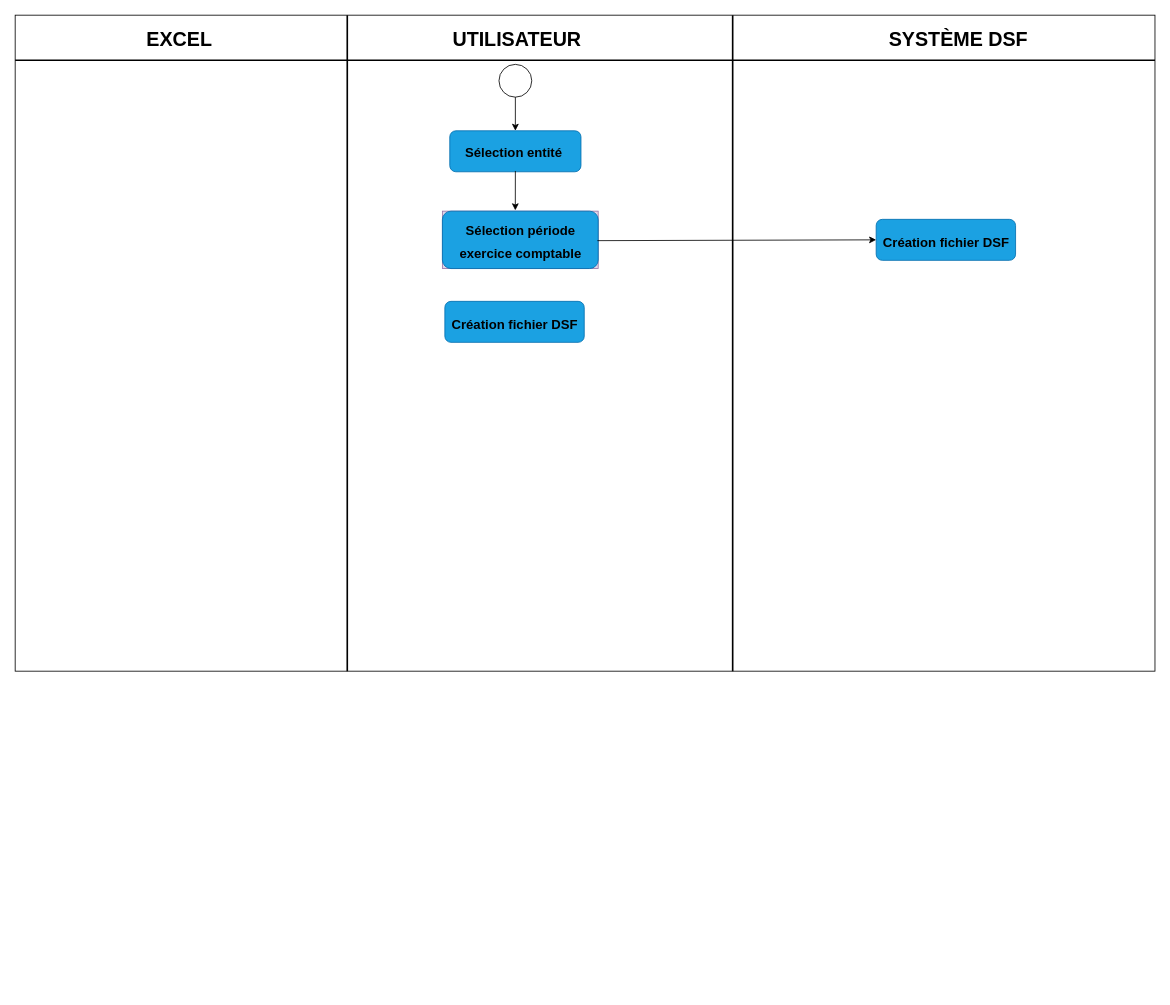
The draw.io diagram Diagramme activite creation DSF.drawio in Michelle-Ngami/Conception_DSF, before the edit. Source tidied: cells renumbered, new cells numbered last; positions are measured from the earlier drawing's top-left corner, leaving out a move shared by most shapes. Both pictures are drawn from the tidied source at 82%, with x=0, y=0 at pixel (15, 15).
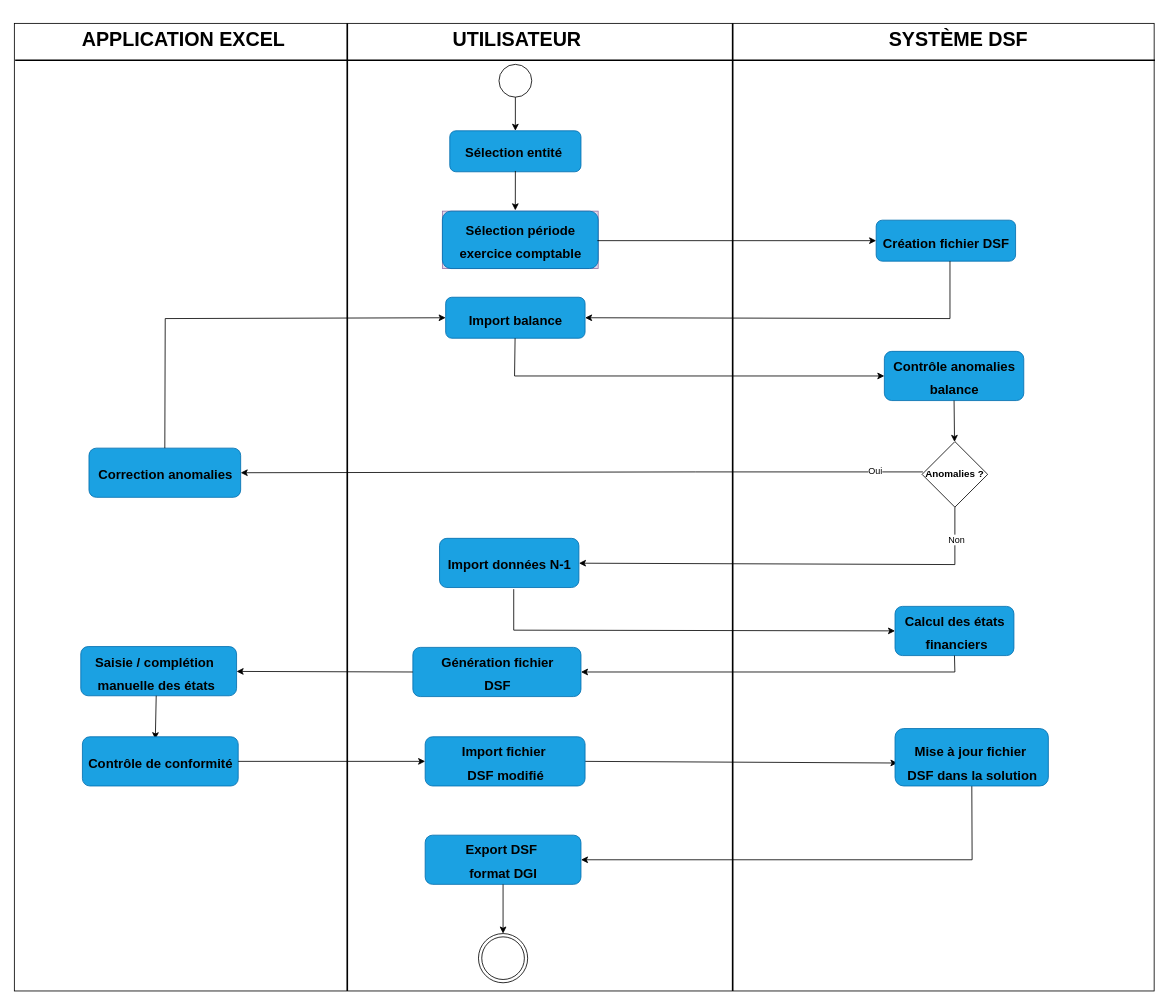
Above is the later version.

Commit message (it also covers changes not shown here):
Mettre à jour Diagramme activite creation DSF.drawio

Unchanged cells that the change refers to:
```xml
<mxCell id="23" style="rounded=1;whiteSpace=wrap;html=1;fillColor=#1ba1e2;fontColor=#ffffff;strokeColor=#006EAF;" parent="22" vertex="1">
  <mxGeometry y="-1" width="170" height="50" as="geometry" />
</mxCell>
```

Diff of the diagram source:
```diff
@@
     <mxCell id="2" style="rounded=0;whiteSpace=wrap;html=1;" parent="1" vertex="1">
-      <mxGeometry width="1390" height="800" as="geometry" />
+      <mxGeometry x="-1" y="10" width="1390" height="1180" as="geometry" />
     </mxCell>
@@
     <mxCell id="4" style="line;strokeWidth=2;direction=south;html=1;" parent="1" vertex="1">
-      <mxGeometry x="400" width="10" height="800" as="geometry" />
+      <mxGeometry x="400" y="10" width="10" height="1180" as="geometry" />
     </mxCell>
     <mxCell id="5" style="line;strokeWidth=2;direction=south;html=1;" parent="1" vertex="1">
-      <mxGeometry x="870" width="10" height="800" as="geometry" />
+      <mxGeometry x="870" y="10" width="10" height="1180" as="geometry" />
     </mxCell>
-    <mxCell id="6" value="EXCEL" style="text;strokeColor=none;fillColor=none;html=1;fontSize=24;fontStyle=1;verticalAlign=middle;align=center;" parent="1" vertex="1">
-      <mxGeometry x="150" y="10" width="100" height="40" as="geometry" />
+    <mxCell id="6" value="APPLICATION EXCEL" style="text;strokeColor=none;fillColor=none;html=1;fontSize=24;fontStyle=1;verticalAlign=middle;align=center;" parent="1" vertex="1">
+      <mxGeometry x="60" y="10" width="290" height="40" as="geometry" />
     </mxCell>
@@
     <mxCell id="18" style="group;" parent="1" vertex="1">
-      <mxGeometry x="1050" y="250" width="170" height="50" as="geometry" />
+      <mxGeometry x="1050" y="251" width="170" height="50" as="geometry" />
     </mxCell>
@@
     <mxCell id="22" style="group;" parent="1" vertex="1">
-      <mxGeometry x="524" y="350" width="170" height="50" as="geometry" />
+      <mxGeometry x="525" y="345" width="170" height="50" as="geometry" />
     </mxCell>
@@
-    <mxCell id="24" value="&lt;font style=&quot;font-size: 16px;&quot;&gt;Création&amp;nbsp;&lt;/font&gt;&lt;span style=&quot;font-size: 16px; background-color: transparent; color: light-dark(rgb(0, 0, 0), rgb(255, 255, 255));&quot;&gt;fichier DSF&lt;/span&gt;" style="text;strokeColor=none;fillColor=none;html=1;fontSize=24;fontStyle=1;verticalAlign=middle;align=center;" parent="22" vertex="1">
+    <mxCell id="24" value="&lt;span style=&quot;font-size: 16px;&quot;&gt;Import balance&lt;/span&gt;" style="text;strokeColor=none;fillColor=none;html=1;fontSize=24;fontStyle=1;verticalAlign=middle;align=center;" parent="22" vertex="1">
       <mxGeometry x="31.9" y="5" width="106.2" height="40" as="geometry" />
     </mxCell>
+    <mxCell id="25" style="endArrow=classic;html=1;rounded=0;entryX=1;entryY=0.5;entryDx=0;entryDy=0;" parent="1" edge="1" target="23">
+      <mxGeometry relative="1" as="geometry">
+        <mxPoint x="1140" y="300" as="sourcePoint" />
+        <Array as="points">
+          <mxPoint x="1140" y="370" />
+        </Array>
+      </mxGeometry>
+    </mxCell>
+    <mxCell id="26" style="edgeStyle=none;rounded=0;jettySize=auto;html=1;" parent="1" edge="1" source="23" target="28">
+      <mxGeometry relative="1" as="geometry">
+        <Array as="points">
+          <mxPoint x="609" y="440" />
+        </Array>
+      </mxGeometry>
+    </mxCell>
+    <mxCell id="27" style="group;" parent="1" vertex="1">
+      <mxGeometry x="1060" y="410" width="170" height="60" as="geometry" />
+    </mxCell>
+    <mxCell id="28" style="whiteSpace=wrap;html=1;fillColor=#1ba1e2;strokeColor=#006EAF;fontColor=#ffffff;rounded=1;" parent="27" vertex="1">
+      <mxGeometry width="170" height="60" as="geometry" />
+    </mxCell>
+    <mxCell id="29" value="&lt;span style=&quot;font-size: 16px;&quot;&gt;Contrôle anomalies&lt;/span&gt;&lt;div&gt;&lt;span style=&quot;font-size: 16px;&quot;&gt;balance&lt;/span&gt;&lt;/div&gt;" style="text;strokeColor=none;fillColor=none;html=1;fontSize=24;fontStyle=1;verticalAlign=middle;align=center;" parent="27" vertex="1">
+      <mxGeometry x="8.4" y="10" width="153.1" height="40" as="geometry" />
+    </mxCell>
+    <mxCell id="30" style="edgeStyle=none;rounded=0;jettySize=auto;html=1;entryX=1;entryY=0.5;entryDx=0;entryDy=0;" parent="1" edge="1" target="37">
+      <mxGeometry relative="1" as="geometry">
+        <mxPoint x="1107" y="557" as="sourcePoint" />
+        <Array as="points">
+          <mxPoint x="830" y="557" />
+        </Array>
+      </mxGeometry>
+    </mxCell>
+    <mxCell id="31" value="Oui" style="edgeLabel;html=1;align=center;verticalAlign=middle;" parent="30" vertex="1">
+      <mxGeometry x="0.07" y="-2" relative="1" as="geometry">
+        <mxPoint x="387" as="offset" />
+      </mxGeometry>
+    </mxCell>
+    <mxCell id="32" style="edgeStyle=none;rounded=0;jettySize=auto;html=1;" parent="1" edge="1" source="34" target="41">
+      <mxGeometry relative="1" as="geometry">
+        <Array as="points">
+          <mxPoint x="1146" y="670" />
+        </Array>
+      </mxGeometry>
+    </mxCell>
+    <mxCell id="33" value="Non" style="edgeLabel;html=1;align=center;verticalAlign=middle;" parent="32" vertex="1">
+      <mxGeometry x="-0.09" relative="1" as="geometry">
+        <mxPoint x="171" y="-30" as="offset" />
+      </mxGeometry>
+    </mxCell>
+    <mxCell id="34" value="&lt;b&gt;Anomalies ?&lt;/b&gt;" style="rhombus;whiteSpace=wrap;html=1;" parent="1" vertex="1">
+      <mxGeometry x="1106" y="520" width="80" height="80" as="geometry" />
+    </mxCell>
+    <mxCell id="35" style="edgeStyle=none;rounded=0;jettySize=auto;html=1;exitX=0.5;exitY=1;exitDx=0;exitDy=0;" parent="1" edge="1" source="28" target="34">
+      <mxGeometry relative="1" as="geometry" />
+    </mxCell>
+    <mxCell id="36" style="group;" parent="1" vertex="1">
+      <mxGeometry x="90" y="528" width="185" height="60" as="geometry" />
+    </mxCell>
+    <mxCell id="37" style="rounded=1;whiteSpace=wrap;html=1;fillColor=#1ba1e2;fontColor=#ffffff;strokeColor=#006EAF;" parent="36" vertex="1">
+      <mxGeometry width="185" height="60" as="geometry" />
+    </mxCell>
+    <mxCell id="38" value="&lt;span style=&quot;font-size: 16px;&quot;&gt;Correction anomalies&lt;/span&gt;" style="text;strokeColor=none;fillColor=none;html=1;fontSize=24;fontStyle=1;verticalAlign=middle;align=center;" parent="36" vertex="1">
+      <mxGeometry x="7.5" y="10" width="170" height="40" as="geometry" />
+    </mxCell>
+    <mxCell id="39" style="edgeStyle=none;rounded=0;jettySize=auto;html=1;exitX=0.5;exitY=0;exitDx=0;exitDy=0;entryX=0;entryY=0.5;entryDx=0;entryDy=0;" parent="1" edge="1" source="37" target="23">
+      <mxGeometry relative="1" as="geometry">
+        <Array as="points">
+          <mxPoint x="183" y="370" />
+        </Array>
+      </mxGeometry>
+    </mxCell>
+    <mxCell id="40" style="group;" parent="1" vertex="1">
+      <mxGeometry x="517.5" y="638" width="170" height="60" as="geometry" />
+    </mxCell>
+    <mxCell id="41" style="rounded=1;whiteSpace=wrap;html=1;fillColor=#1ba1e2;fontColor=#ffffff;strokeColor=#006EAF;" parent="40" vertex="1">
+      <mxGeometry width="170" height="60" as="geometry" />
+    </mxCell>
+    <mxCell id="42" value="&lt;span style=&quot;font-size: 16px;&quot;&gt;Import données N-1&amp;nbsp;&amp;nbsp;&lt;/span&gt;" style="text;strokeColor=none;fillColor=none;html=1;fontSize=24;fontStyle=1;verticalAlign=middle;align=center;" parent="40" vertex="1">
+      <mxGeometry x="18.4" y="10" width="143.1" height="40" as="geometry" />
+    </mxCell>
+    <mxCell id="43" style="edgeStyle=none;rounded=0;jettySize=auto;html=1;" parent="1" edge="1" target="45">
+      <mxGeometry relative="1" as="geometry">
+        <mxPoint x="608" y="700" as="sourcePoint" />
+        <Array as="points">
+          <mxPoint x="608" y="750" />
+        </Array>
+      </mxGeometry>
+    </mxCell>
+    <mxCell id="44" style="group;" parent="1" vertex="1">
+      <mxGeometry x="1073" y="721" width="146.6" height="60" as="geometry" />
+    </mxCell>
+    <mxCell id="45" style="rounded=1;whiteSpace=wrap;html=1;fillColor=#1ba1e2;fontColor=#ffffff;strokeColor=#006EAF;" parent="44" vertex="1">
+      <mxGeometry width="145" height="60" as="geometry" />
+    </mxCell>
+    <mxCell id="46" value="&lt;span style=&quot;font-size: 16px;&quot;&gt;Calcul des états&amp;nbsp;&lt;/span&gt;&lt;div&gt;&lt;span style=&quot;font-size: 16px;&quot;&gt;financiers&lt;/span&gt;&lt;/div&gt;" style="text;strokeColor=none;fillColor=none;html=1;fontSize=24;fontStyle=1;verticalAlign=middle;align=center;" parent="44" vertex="1">
+      <mxGeometry x="3.4" y="10" width="143.1" height="40" as="geometry" />
+    </mxCell>
+    <mxCell id="47" style="edgeStyle=none;rounded=0;jettySize=auto;html=1;exitX=0.5;exitY=1;exitDx=0;exitDy=0;entryX=1;entryY=0.5;entryDx=0;entryDy=0;" parent="1" edge="1" source="45" target="49">
+      <mxGeometry relative="1" as="geometry">
+        <Array as="points">
+          <mxPoint x="1146" y="801" />
+        </Array>
+      </mxGeometry>
+    </mxCell>
+    <mxCell id="48" style="group;" parent="1" vertex="1">
+      <mxGeometry x="485" y="771" width="205" height="60" as="geometry" />
+    </mxCell>
+    <mxCell id="49" style="rounded=1;whiteSpace=wrap;html=1;fillColor=#1ba1e2;fontColor=#ffffff;strokeColor=#006EAF;" parent="48" vertex="1">
+      <mxGeometry width="205" height="60" as="geometry" />
+    </mxCell>
+    <mxCell id="50" value="&lt;span style=&quot;font-size: 16px;&quot;&gt;Génération fichier&lt;/span&gt;&lt;div&gt;&lt;span style=&quot;font-size: 16px;&quot;&gt;DSF&lt;/span&gt;&lt;/div&gt;" style="text;strokeColor=none;fillColor=none;html=1;fontSize=24;fontStyle=1;verticalAlign=middle;align=center;" parent="48" vertex="1">
+      <mxGeometry x="16.2" y="10" width="172.6" height="40" as="geometry" />
+    </mxCell>
+    <mxCell id="51" style="rounded=1;whiteSpace=wrap;html=1;fillColor=#1ba1e2;fontColor=#ffffff;strokeColor=#006EAF;" parent="1" vertex="1">
+      <mxGeometry x="80" y="770" width="190" height="60" as="geometry" />
+    </mxCell>
+    <mxCell id="52" style="edgeStyle=none;rounded=0;jettySize=auto;html=1;exitX=0;exitY=0.5;exitDx=0;exitDy=0;" parent="1" edge="1" source="49" target="51">
+      <mxGeometry relative="1" as="geometry" />
+    </mxCell>
+    <mxCell id="53" style="edgeStyle=none;rounded=0;jettySize=auto;html=1;entryX=0.468;entryY=0.05;entryDx=0;entryDy=0;entryPerimeter=0;" parent="1" edge="1" target="62">
+      <mxGeometry relative="1" as="geometry">
+        <mxPoint x="172" y="830" as="sourcePoint" />
+      </mxGeometry>
+    </mxCell>
+    <mxCell id="54" value="&lt;span style=&quot;font-size: 16px;&quot;&gt;Saisie / complétion&amp;nbsp;&lt;/span&gt;&lt;div&gt;&lt;span style=&quot;font-size: 16px;&quot;&gt;manuelle des états&lt;/span&gt;&lt;/div&gt;" style="text;strokeColor=none;fillColor=none;html=1;fontSize=24;fontStyle=1;verticalAlign=middle;align=center;" parent="1" vertex="1">
+      <mxGeometry x="100" y="781" width="143.1" height="40" as="geometry" />
+    </mxCell>
+    <mxCell id="55" style="edgeStyle=none;rounded=0;jettySize=auto;html=1;entryX=0.016;entryY=0.6;entryDx=0;entryDy=0;entryPerimeter=0;exitX=1;exitY=0.5;exitDx=0;exitDy=0;" parent="1" edge="1" source="56" target="59">
+      <mxGeometry relative="1" as="geometry" />
+    </mxCell>
+    <mxCell id="56" style="rounded=1;whiteSpace=wrap;html=1;fillColor=#1ba1e2;fontColor=#ffffff;strokeColor=#006EAF;" parent="1" vertex="1">
+      <mxGeometry x="500" y="880" width="195" height="60" as="geometry" />
+    </mxCell>
+    <mxCell id="57" value="&lt;span style=&quot;font-size: 16px;&quot;&gt;Import fichier&amp;nbsp;&lt;/span&gt;&lt;div&gt;&lt;span style=&quot;font-size: 16px;&quot;&gt;DSF modifié&lt;/span&gt;&lt;/div&gt;" style="text;strokeColor=none;fillColor=none;html=1;fontSize=24;fontStyle=1;verticalAlign=middle;align=center;" parent="1" vertex="1">
+      <mxGeometry x="511.2" y="890" width="172.6" height="40" as="geometry" />
+    </mxCell>
+    <mxCell id="58" style="edgeStyle=none;rounded=0;jettySize=auto;html=1;entryX=1;entryY=0.5;entryDx=0;entryDy=0;" parent="1" edge="1" source="59" target="66">
+      <mxGeometry relative="1" as="geometry">
+        <Array as="points">
+          <mxPoint x="1167" y="1030" />
+        </Array>
+      </mxGeometry>
+    </mxCell>
+    <mxCell id="59" style="rounded=1;whiteSpace=wrap;html=1;fillColor=#1ba1e2;strokeColor=#006EAF;fontColor=#ffffff;" parent="1" vertex="1">
+      <mxGeometry x="1073" y="870" width="187" height="70" as="geometry" />
+    </mxCell>
+    <mxCell id="60" value="&lt;span style=&quot;font-size: 16px;&quot;&gt;Mise à jour fichier&amp;nbsp;&lt;/span&gt;&lt;div&gt;&lt;span style=&quot;font-size: 16px;&quot;&gt;DSF dans la solution&lt;/span&gt;&lt;/div&gt;" style="text;strokeColor=none;fillColor=none;html=1;fontSize=24;fontStyle=1;verticalAlign=middle;align=center;" parent="1" vertex="1">
+      <mxGeometry x="1080.2" y="890" width="172.6" height="40" as="geometry" />
+    </mxCell>
+    <mxCell id="61" style="group;" parent="1" vertex="1">
+      <mxGeometry x="82" y="880" width="190" height="60" as="geometry" />
+    </mxCell>
+    <mxCell id="62" style="rounded=1;whiteSpace=wrap;html=1;fillColor=#1ba1e2;fontColor=#ffffff;strokeColor=#006EAF;" parent="61" vertex="1">
+      <mxGeometry width="190" height="60" as="geometry" />
+    </mxCell>
+    <mxCell id="63" value="&lt;span style=&quot;font-size: 16px;&quot;&gt;Contrôle de conformité&lt;/span&gt;" style="text;strokeColor=none;fillColor=none;html=1;fontSize=24;fontStyle=1;verticalAlign=middle;align=center;" parent="61" vertex="1">
+      <mxGeometry x="18.4" y="10" width="153.1" height="40" as="geometry" />
+    </mxCell>
+    <mxCell id="64" style="endArrow=classic;html=1;rounded=0;entryX=0;entryY=0.5;entryDx=0;entryDy=0;exitX=1;exitY=0.5;exitDx=0;exitDy=0;" parent="1" edge="1" source="62" target="56">
+      <mxGeometry relative="1" as="geometry" />
+    </mxCell>
+    <mxCell id="65" style="group;" parent="1" vertex="1">
+      <mxGeometry x="500" y="1000" width="190" height="60" as="geometry" />
+    </mxCell>
+    <mxCell id="66" style="whiteSpace=wrap;html=1;fillColor=#1ba1e2;strokeColor=#006EAF;fontColor=#ffffff;rounded=1;" parent="65" vertex="1">
+      <mxGeometry width="190" height="60" as="geometry" />
+    </mxCell>
+    <mxCell id="67" value="&lt;span style=&quot;font-size: 16px;&quot;&gt;Export DSF&amp;nbsp;&lt;/span&gt;&lt;div&gt;&lt;span style=&quot;font-size: 16px;&quot;&gt;format DGI&lt;/span&gt;&lt;/div&gt;" style="text;strokeColor=none;fillColor=none;html=1;fontSize=24;fontStyle=1;verticalAlign=middle;align=center;" parent="65" vertex="1">
+      <mxGeometry x="45" y="10" width="100" height="40" as="geometry" />
+    </mxCell>
+    <mxCell id="68" style="ellipse;shape=doubleEllipse;whiteSpace=wrap;html=1;" parent="1" vertex="1">
+      <mxGeometry x="565" y="1120" width="60" height="60" as="geometry" />
+    </mxCell>
+    <mxCell id="69" style="endArrow=classic;html=1;rounded=0;exitX=0.5;exitY=1;exitDx=0;exitDy=0;entryX=0.5;entryY=0;entryDx=0;entryDy=0;" parent="1" edge="1" source="66" target="68">
+      <mxGeometry relative="1" as="geometry" />
+    </mxCell>
```
